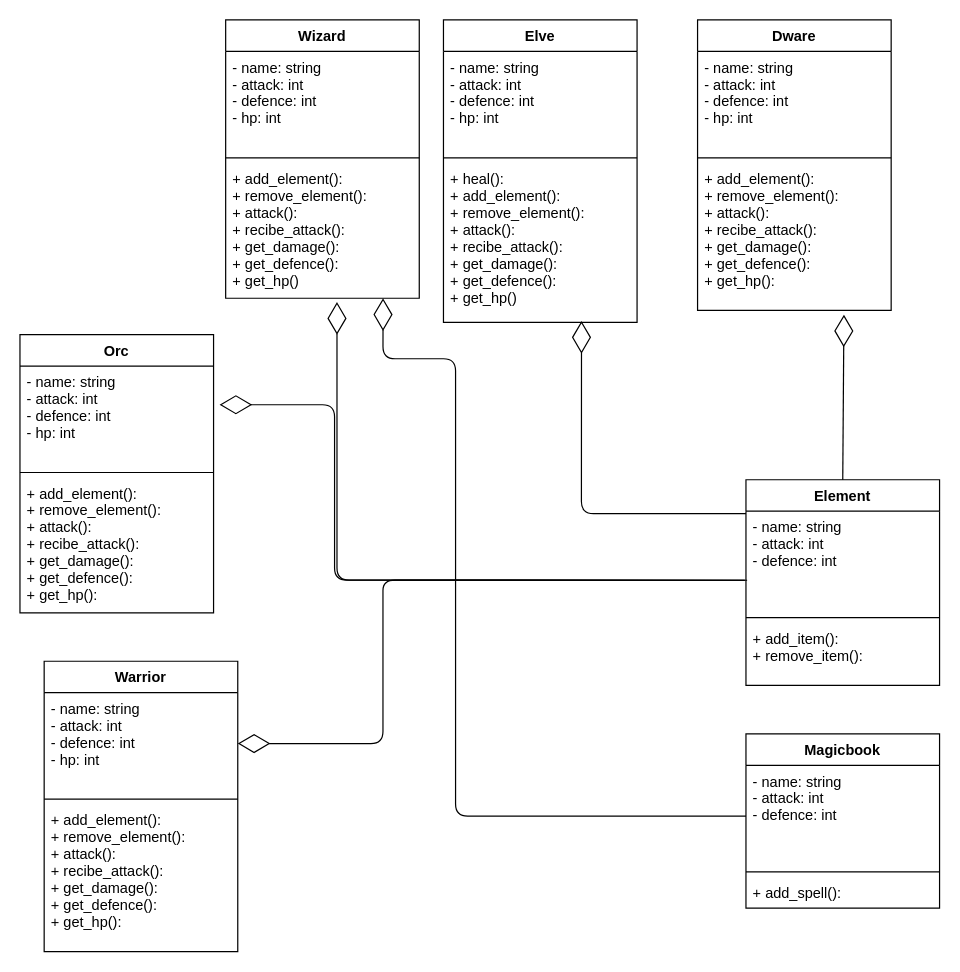
Above: Assets/Diagrama.drawio in PII-Grupo-4/PII_RoleplayGame_1_Start (draw.io), before the change. Source tidied: cells renumbered, new cells numbered last; positions are measured from the earlier drawing's top-left corner, leaving out a move shared by most shapes. Both pictures are drawn from the tidied source at 121%, with x=0, y=0 at pixel (19, 19).
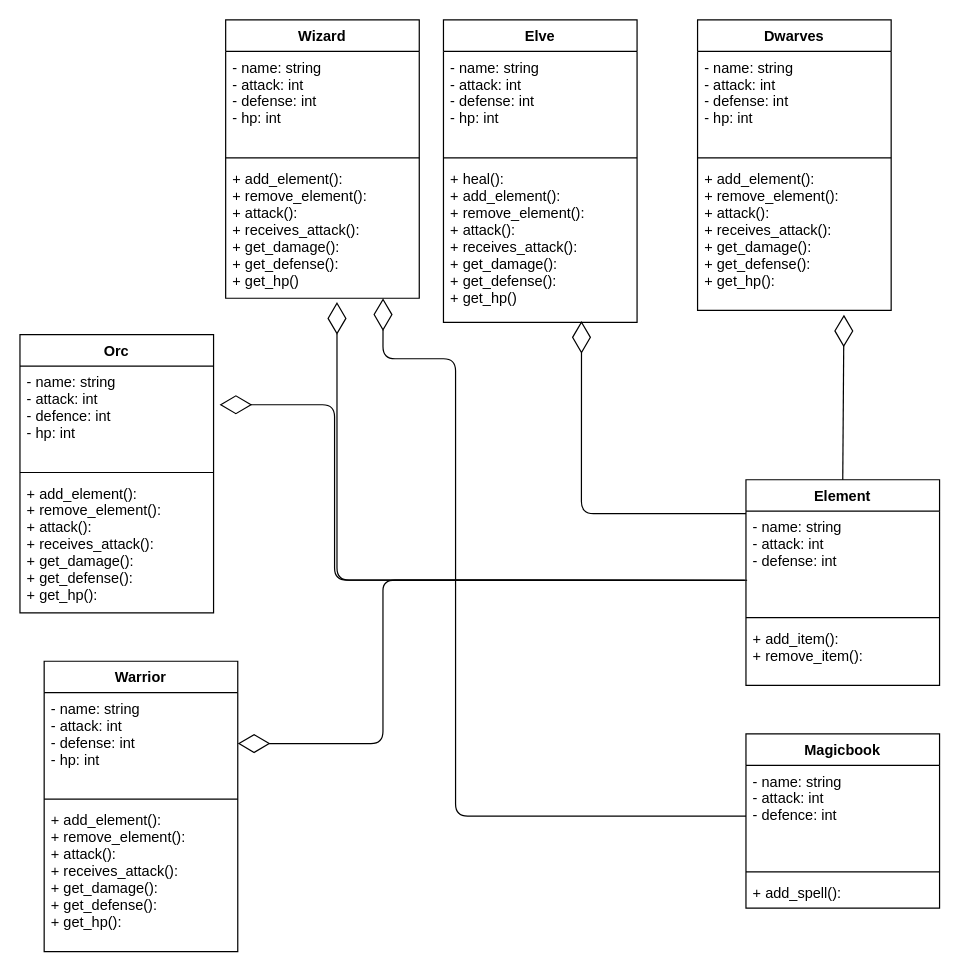
The same diagram, later.

Commit message (it also covers changes not shown here):
Nuevos metodos y atributos de las clases dwarves e items

Unchanged cells that the change refers to:
```xml
<mxCell id="2" value="Wizard" style="swimlane;fontStyle=1;align=center;verticalAlign=top;horizontal=1;startSize=26;" parent="1" vertex="1">
  <mxGeometry x="170" width="160" height="230" as="geometry" />
</mxCell>
<mxCell id="6" value="Elve" style="swimlane;fontStyle=1;align=center;verticalAlign=top;horizontal=1;startSize=26;" parent="1" vertex="1">
  <mxGeometry x="350" width="160" height="250" as="geometry" />
</mxCell>
<mxCell id="14" value="Orc" style="swimlane;fontStyle=1;align=center;verticalAlign=top;horizontal=1;startSize=26;" parent="1" vertex="1">
  <mxGeometry y="260" width="160" height="230" as="geometry" />
</mxCell>
<mxCell id="18" value="Warrior" style="swimlane;fontStyle=1;align=center;verticalAlign=top;horizontal=1;startSize=26;" parent="1" vertex="1">
  <mxGeometry x="20" y="530" width="160" height="240" as="geometry" />
</mxCell>
<mxCell id="22" value="Element" style="swimlane;fontStyle=1;align=center;verticalAlign=top;horizontal=1;startSize=26;" parent="1" vertex="1">
  <mxGeometry x="600" y="380" width="160" height="170" as="geometry" />
</mxCell>
```

What changed in the source:
```diff
@@
-    <mxCell id="3" value="- name: string&#10;- attack: int&#10;- defence: int&#10;- hp: int" style="text;strokeColor=none;fillColor=none;align=left;verticalAlign=top;spacingLeft=4;spacingRight=4;overflow=hidden;" parent="2" vertex="1">
+    <mxCell id="3" value="- name: string&#10;- attack: int&#10;- defense: int&#10;- hp: int" style="text;strokeColor=none;fillColor=none;align=left;verticalAlign=top;spacingLeft=4;spacingRight=4;overflow=hidden;" parent="2" vertex="1">
       <mxGeometry y="26" width="160" height="84" as="geometry" />
     </mxCell>
@@
-    <mxCell id="5" value="+ add_element():&#10;+ remove_element():&#10;+ attack():&#10;+ recibe_attack():&#10;+ get_damage():&#10;+ get_defence():&#10;+ get_hp()" style="text;strokeColor=none;fillColor=none;align=left;verticalAlign=top;spacingLeft=4;spacingRight=4;overflow=hidden;points=[[0,0.5],[1,0.5]];portConstraint=eastwest;" parent="2" vertex="1">
+    <mxCell id="5" value="+ add_element():&#10;+ remove_element():&#10;+ attack():&#10;+ receives_attack():&#10;+ get_damage():&#10;+ get_defense():&#10;+ get_hp()" style="text;strokeColor=none;fillColor=none;align=left;verticalAlign=top;spacingLeft=4;spacingRight=4;overflow=hidden;points=[[0,0.5],[1,0.5]];portConstraint=eastwest;" parent="2" vertex="1">
       <mxGeometry y="118" width="160" height="112" as="geometry" />
     </mxCell>
@@
-    <mxCell id="7" value="- name: string&#10;- attack: int&#10;- defence: int&#10;- hp: int" style="text;strokeColor=none;fillColor=none;align=left;verticalAlign=top;spacingLeft=4;spacingRight=4;overflow=hidden;" parent="6" vertex="1">
+    <mxCell id="7" value="- name: string&#10;- attack: int&#10;- defense: int&#10;- hp: int" style="text;strokeColor=none;fillColor=none;align=left;verticalAlign=top;spacingLeft=4;spacingRight=4;overflow=hidden;" parent="6" vertex="1">
       <mxGeometry y="26" width="160" height="84" as="geometry" />
     </mxCell>
@@
-    <mxCell id="9" value="+ heal(): &#10;+ add_element():&#10;+ remove_element():&#10;+ attack():&#10;+ recibe_attack():&#10;+ get_damage():&#10;+ get_defence():&#10;+ get_hp()" style="text;strokeColor=none;fillColor=none;align=left;verticalAlign=top;spacingLeft=4;spacingRight=4;overflow=hidden;points=[[0,0.5],[1,0.5]];portConstraint=eastwest;" parent="6" vertex="1">
+    <mxCell id="9" value="+ heal(): &#10;+ add_element():&#10;+ remove_element():&#10;+ attack():&#10;+ receives_attack():&#10;+ get_damage():&#10;+ get_defense():&#10;+ get_hp()" style="text;strokeColor=none;fillColor=none;align=left;verticalAlign=top;spacingLeft=4;spacingRight=4;overflow=hidden;points=[[0,0.5],[1,0.5]];portConstraint=eastwest;" parent="6" vertex="1">
       <mxGeometry y="118" width="160" height="132" as="geometry" />
     </mxCell>
-    <mxCell id="10" value="Dware" style="swimlane;fontStyle=1;align=center;verticalAlign=top;horizontal=1;startSize=26;" parent="1" vertex="1">
+    <mxCell id="10" value="Dwarves&#10;" style="swimlane;fontStyle=1;align=center;verticalAlign=top;horizontal=1;startSize=26;" parent="1" vertex="1">
       <mxGeometry x="560" width="160" height="240" as="geometry" />
     </mxCell>
-    <mxCell id="11" value="- name: string&#10;- attack: int&#10;- defence: int&#10;- hp: int" style="text;strokeColor=none;fillColor=none;align=left;verticalAlign=top;spacingLeft=4;spacingRight=4;overflow=hidden;" parent="10" vertex="1">
+    <mxCell id="11" value="- name: string&#10;- attack: int&#10;- defense: int&#10;- hp: int" style="text;strokeColor=none;fillColor=none;align=left;verticalAlign=top;spacingLeft=4;spacingRight=4;overflow=hidden;" parent="10" vertex="1">
       <mxGeometry y="26" width="160" height="84" as="geometry" />
     </mxCell>
@@
-    <mxCell id="13" value="+ add_element():&#10;+ remove_element():&#10;+ attack():&#10;+ recibe_attack():&#10;+ get_damage():&#10;+ get_defence():&#10;+ get_hp():" style="text;strokeColor=none;fillColor=none;align=left;verticalAlign=top;spacingLeft=4;spacingRight=4;overflow=hidden;points=[[0,0.5],[1,0.5]];portConstraint=eastwest;" parent="10" vertex="1">
+    <mxCell id="13" value="+ add_element():&#10;+ remove_element():&#10;+ attack():&#10;+ receives_attack():&#10;+ get_damage():&#10;+ get_defense():&#10;+ get_hp():" style="text;strokeColor=none;fillColor=none;align=left;verticalAlign=top;spacingLeft=4;spacingRight=4;overflow=hidden;points=[[0,0.5],[1,0.5]];portConstraint=eastwest;" parent="10" vertex="1">
       <mxGeometry y="118" width="160" height="122" as="geometry" />
     </mxCell>
@@
-    <mxCell id="17" value="+ add_element():&#10;+ remove_element():&#10;+ attack():&#10;+ recibe_attack():&#10;+ get_damage():&#10;+ get_defence():&#10;+ get_hp():" style="text;strokeColor=none;fillColor=none;align=left;verticalAlign=top;spacingLeft=4;spacingRight=4;overflow=hidden;" parent="14" vertex="1">
+    <mxCell id="17" value="+ add_element():&#10;+ remove_element():&#10;+ attack():&#10;+ receives_attack():&#10;+ get_damage():&#10;+ get_defense():&#10;+ get_hp():" style="text;strokeColor=none;fillColor=none;align=left;verticalAlign=top;spacingLeft=4;spacingRight=4;overflow=hidden;" parent="14" vertex="1">
       <mxGeometry y="118" width="160" height="112" as="geometry" />
     </mxCell>
@@
-    <mxCell id="19" value="- name: string&#10;- attack: int&#10;- defence: int&#10;- hp: int" style="text;strokeColor=none;fillColor=none;align=left;verticalAlign=top;spacingLeft=4;spacingRight=4;overflow=hidden;points=[[0,0.5],[1,0.5]];portConstraint=eastwest;" parent="18" vertex="1">
+    <mxCell id="19" value="- name: string&#10;- attack: int&#10;- defense: int&#10;- hp: int" style="text;strokeColor=none;fillColor=none;align=left;verticalAlign=top;spacingLeft=4;spacingRight=4;overflow=hidden;points=[[0,0.5],[1,0.5]];portConstraint=eastwest;" parent="18" vertex="1">
       <mxGeometry y="26" width="160" height="84" as="geometry" />
     </mxCell>
@@
-    <mxCell id="21" value="+ add_element():&#10;+ remove_element():&#10;+ attack():&#10;+ recibe_attack():&#10;+ get_damage():&#10;+ get_defence():&#10;+ get_hp():" style="text;strokeColor=none;fillColor=none;align=left;verticalAlign=top;spacingLeft=4;spacingRight=4;overflow=hidden;" parent="18" vertex="1">
+    <mxCell id="21" value="+ add_element():&#10;+ remove_element():&#10;+ attack():&#10;+ receives_attack():&#10;+ get_damage():&#10;+ get_defense():&#10;+ get_hp():" style="text;strokeColor=none;fillColor=none;align=left;verticalAlign=top;spacingLeft=4;spacingRight=4;overflow=hidden;" parent="18" vertex="1">
       <mxGeometry y="118" width="160" height="122" as="geometry" />
     </mxCell>
@@
-    <mxCell id="23" value="- name: string&#10;- attack: int&#10;- defence: int" style="text;strokeColor=none;fillColor=none;align=left;verticalAlign=top;spacingLeft=4;spacingRight=4;overflow=hidden;points=[[0,0.5],[1,0.5]];portConstraint=eastwest;" parent="22" vertex="1">
+    <mxCell id="23" value="- name: string&#10;- attack: int&#10;- defense: int" style="text;strokeColor=none;fillColor=none;align=left;verticalAlign=top;spacingLeft=4;spacingRight=4;overflow=hidden;points=[[0,0.5],[1,0.5]];portConstraint=eastwest;" parent="22" vertex="1">
       <mxGeometry y="26" width="160" height="84" as="geometry" />
     </mxCell>
```
